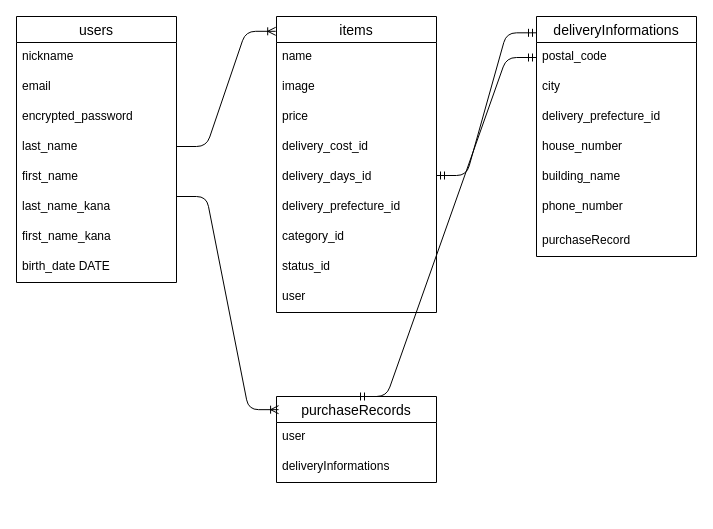
Before: er.dio in Roohit2/furima-39013, a draw.io diagram. Source tidied: cells renumbered, new cells numbered last; positions are measured from the earlier drawing's top-left corner, leaving out a move shared by most shapes. Both pictures are drawn from the tidied source at 100%, with x=0, y=0 at pixel (16, 16).
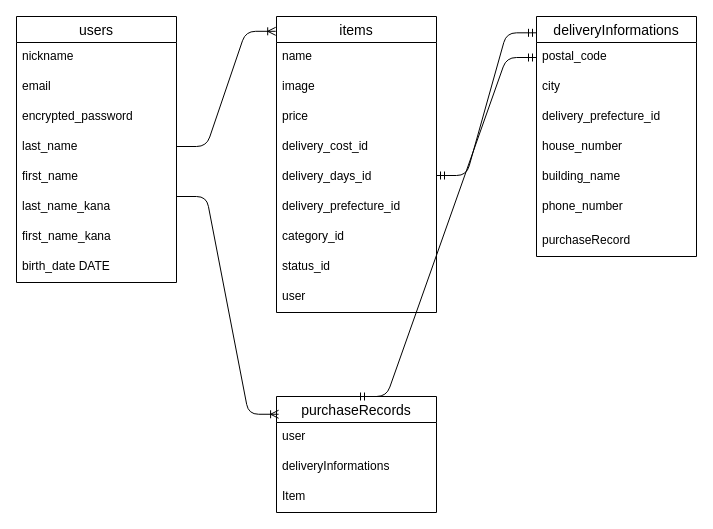
The same page after the edit.

The edit, as a diff of the source:
```diff
@@
     <mxCell id="21" value="purchaseRecords" style="swimlane;fontStyle=0;horizontal=1;startSize=26;align=center;fontSize=14;" parent="1" vertex="1">
-      <mxGeometry x="260" y="380" width="160" height="86" as="geometry" />
+      <mxGeometry x="260" y="380" width="160" height="116" as="geometry" />
     </mxCell>
@@
+    <mxCell id="36" value="Item" style="text;strokeColor=none;fillColor=none;spacingLeft=4;spacingRight=4;overflow=hidden;fontSize=12;" parent="21" vertex="1">
+      <mxGeometry y="86" width="160" height="30" as="geometry" />
+    </mxCell>
```
